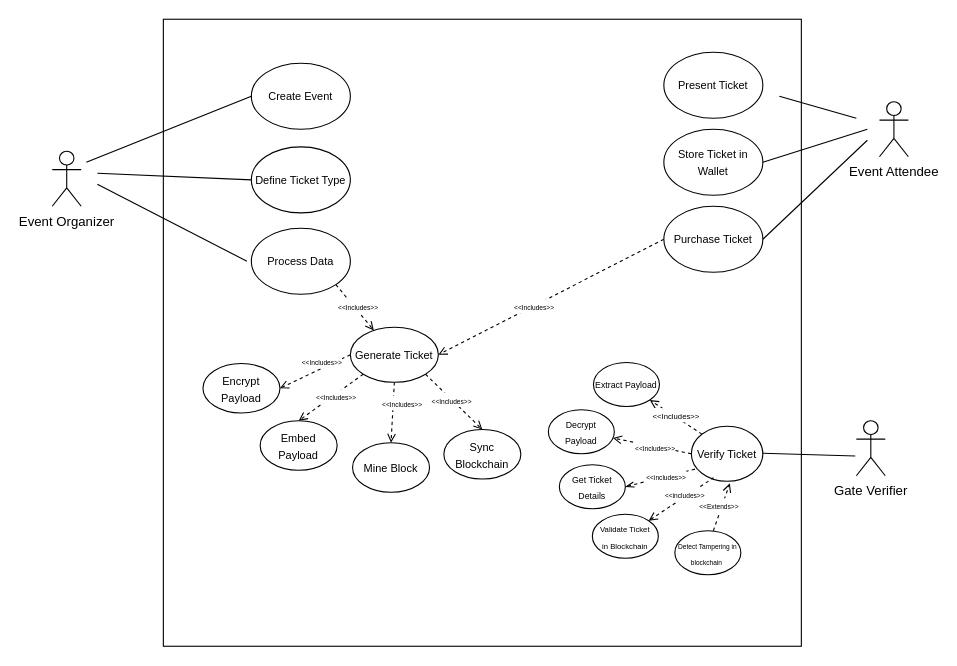
This is eventChainUseCase.drawio from raytembo/event_chain, a draw.io file, before an edit. Source tidied: cells renumbered, new cells numbered last; positions are measured from the earlier drawing's top-left corner, leaving out a move shared by most shapes. Both pictures are drawn from the tidied source at 110%, with x=0, y=0 at pixel (52, 19).
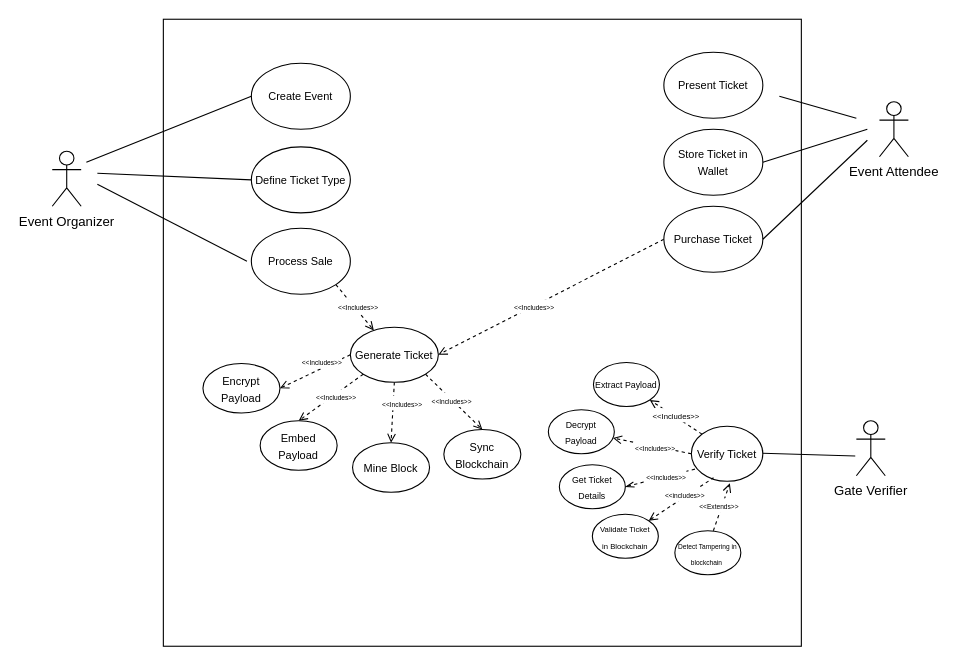
The same diagram, later.

The edit, as a diff of the source:
```diff
@@
-    <mxCell id="9" value="&lt;font size=&quot;1&quot;&gt;Process Data&lt;/font&gt;" style="ellipse;whiteSpace=wrap;html=1;" parent="1" vertex="1">
+    <mxCell id="9" value="&lt;font size=&quot;1&quot;&gt;Process Sale&lt;/font&gt;" style="ellipse;whiteSpace=wrap;html=1;" parent="1" vertex="1">
       <mxGeometry x="181" y="190" width="90" height="60" as="geometry" />
     </mxCell>
```
